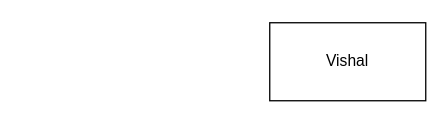
Earlier version of the draw.io diagram sample.drawio (Sonata-Software-Limited-Org/draw-io). Source tidied: cells renumbered, new cells numbered last; positions are measured from the earlier drawing's top-left corner, leaving out a move shared by most shapes. Both pictures are drawn from the tidied source at 130%, with x=0, y=0 at pixel (269, 22).
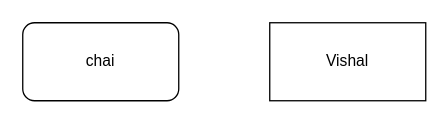
The same diagram, later.

The edit, as a diff of the source:
```diff
@@
 <mxGraphModel>
   <root>
     <mxCell id="0" />
     <mxCell id="1" parent="0" />
+    <mxCell id="3" value="chai" style="rounded=1;whiteSpace=wrap;html=1;" parent="1" vertex="1">
+      <mxGeometry x="-190" width="120" height="60" as="geometry" />
+    </mxCell>
     <mxCell id="2" value="Vishal" style="rounded=0;whiteSpace=wrap;html=1;" parent="1" vertex="1">
       <mxGeometry width="120" height="60" as="geometry" />
     </mxCell>
   </root>
 </mxGraphModel>
```
